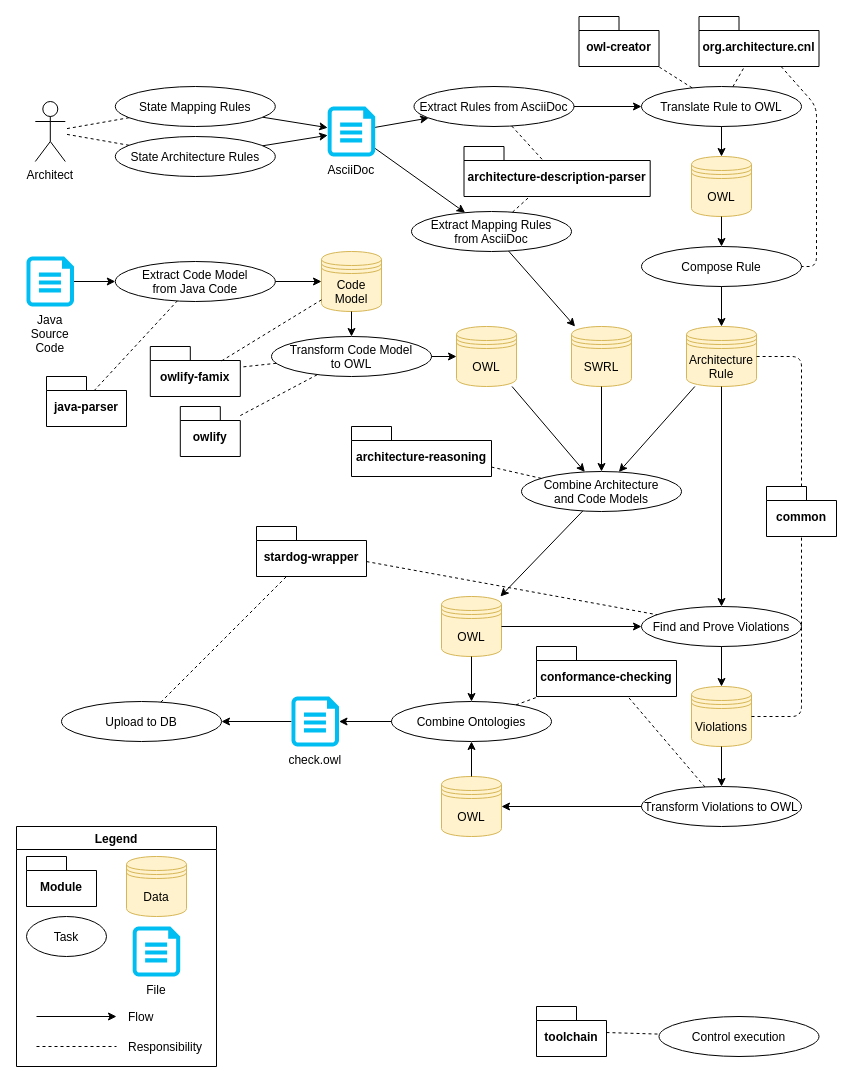
The draw.io diagram doc/images/archcnl-module-responsibilities-and-flow.drawio in Mari-Wie/ArchCNL, before the edit. Source tidied: cells renumbered, new cells numbered last; positions are measured from the earlier drawing's top-left corner, leaving out a move shared by most shapes. Both pictures are drawn from the tidied source at 100%, with x=0, y=0 at pixel (16, 16).
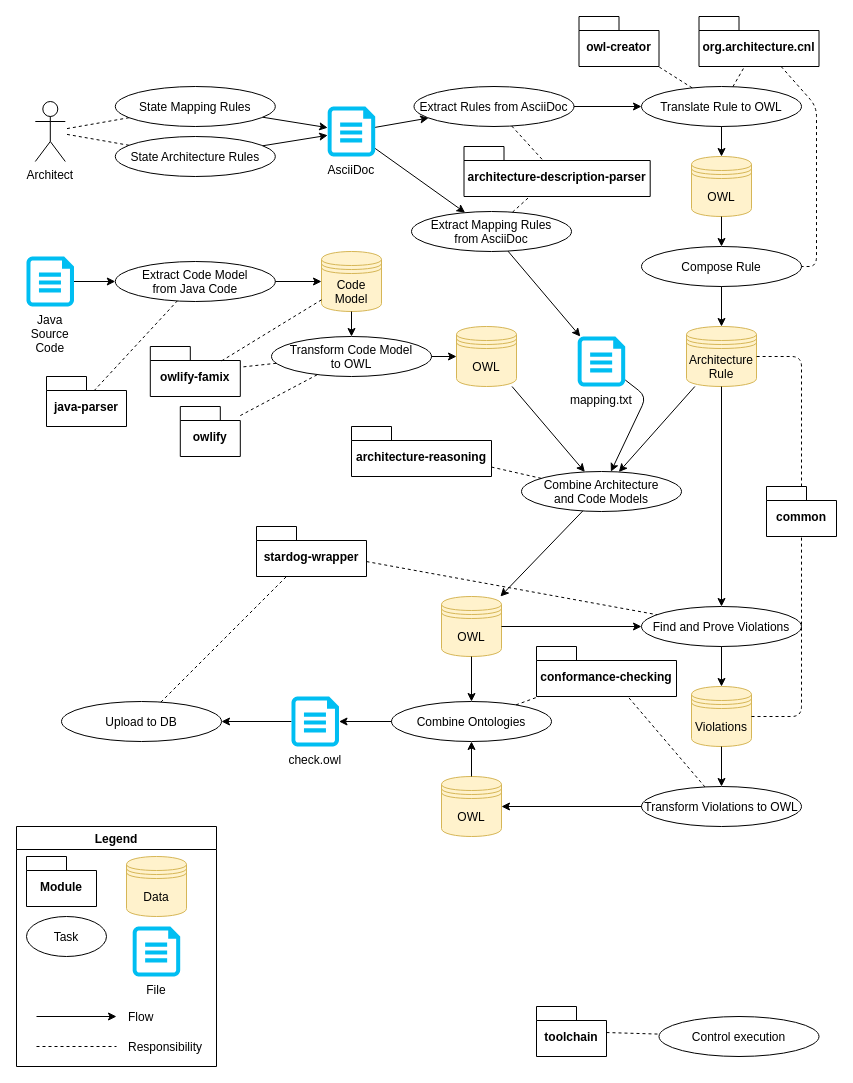
The same diagram, later.

Commit message (it also covers changes not shown here):
fixed an error in a figure

Unchanged cells that the change refers to:
```xml
<mxCell id="7" value="Combine Architecture &#10;and Code Models" style="ellipse;" parent="1" vertex="1">
  <mxGeometry x="505" y="455" width="160" height="40" as="geometry" />
</mxCell>
<mxCell id="10" value="Extract Mapping Rules&#10;from AsciiDoc" style="ellipse;" parent="1" vertex="1">
  <mxGeometry x="395" y="195" width="160" height="40" as="geometry" />
</mxCell>
```

What changed in the source:
```diff
@@
-    <mxCell id="21" value="SWRL" style="shape=datastore;fillColor=#fff2cc;strokeColor=#d6b656;" parent="1" vertex="1">
-      <mxGeometry x="555" y="310" width="60" height="60" as="geometry" />
-    </mxCell>
@@
-    <mxCell id="31" style="endArrow=classic;" parent="1" edge="1" source="10" target="21">
+    <mxCell id="31" style="endArrow=classic;" parent="1" edge="1" source="10" target="93">
       <mxGeometry relative="1" as="geometry" />
     </mxCell>
@@
-    <mxCell id="34" style="endArrow=classic;" parent="1" edge="1" source="21" target="7">
-      <mxGeometry relative="1" as="geometry" />
+    <mxCell id="34" style="endArrow=classic;" parent="1" edge="1" source="93" target="7">
+      <mxGeometry relative="1" as="geometry">
+        <Array as="points">
+          <mxPoint x="630" y="380" />
+        </Array>
+      </mxGeometry>
     </mxCell>
@@
+    <mxCell id="93" value="mapping.txt" style="verticalLabelPosition=bottom;verticalAlign=top;align=center;strokeColor=none;fillColor=#00BEF2;shape=mxgraph.azure.cloud_services_configuration_file;" parent="1" vertex="1">
+      <mxGeometry x="561.2" y="320" width="47.5" height="50" as="geometry" />
+    </mxCell>
```
